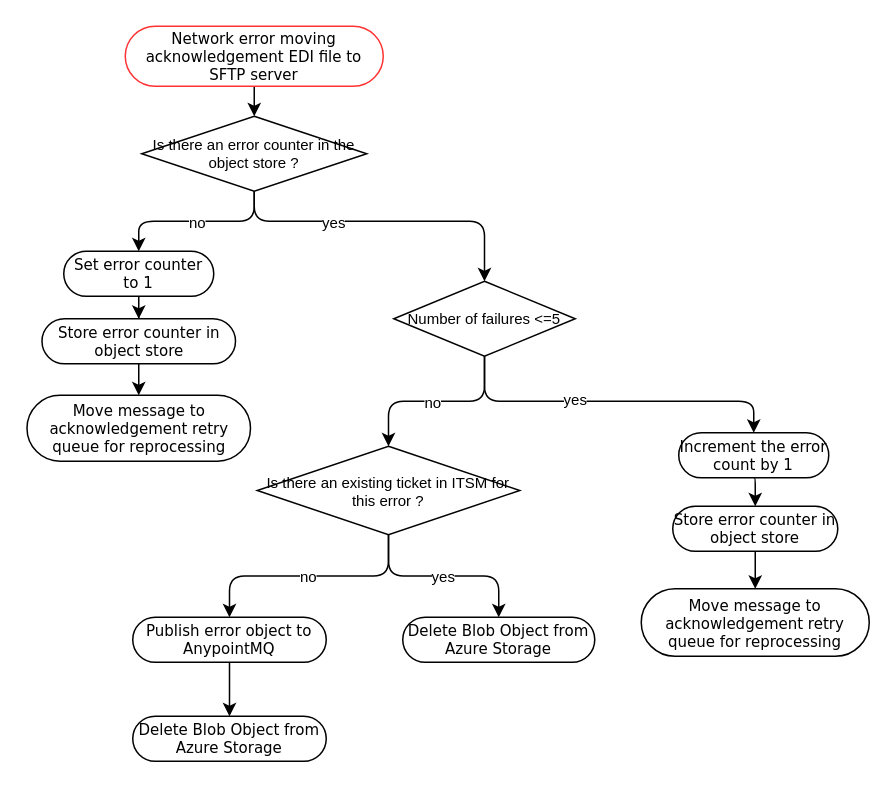
ahernandez1129/anypoint keeps this draw.io diagram as page "Error case 8" (16 of 16) of Copy of eInvoicing API Led.drawio. Above is the earlier version. Source tidied: cells renumbered, new cells numbered last; positions are measured from the earlier drawing's top-left corner, leaving out a move shared by most shapes. Both pictures are drawn from the tidied source at 150%, with x=0, y=0 at pixel (27, 26).
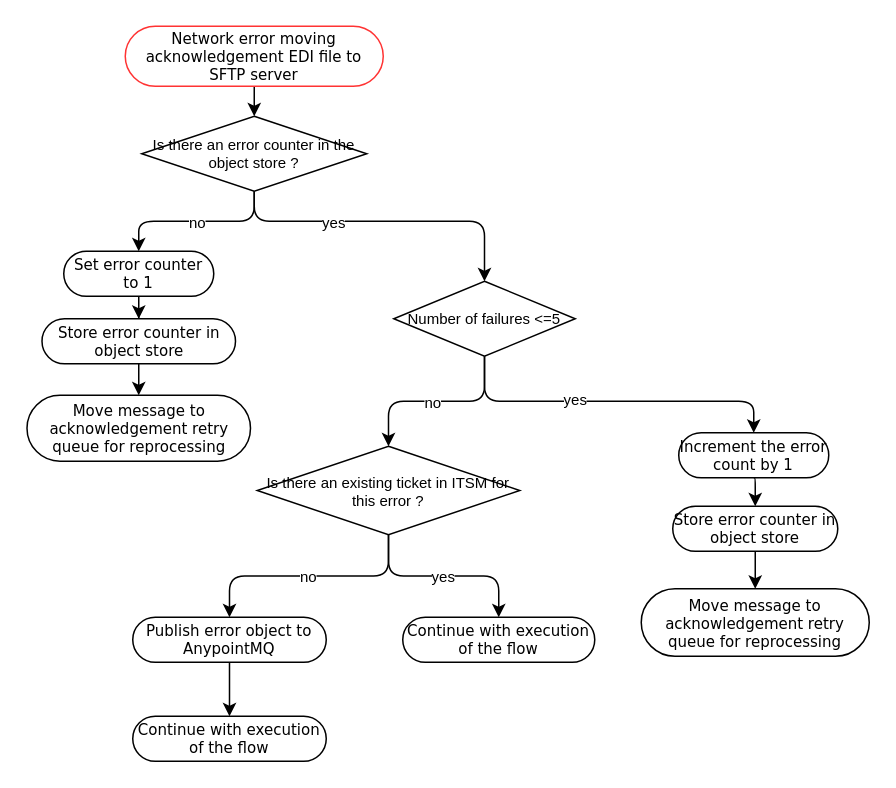
After the change.

Change to the diagram source:
```diff
@@
-    <mxCell id="22" value="Delete Blob Object from Azure Storage" style="rounded=1;whiteSpace=wrap;html=1;shadow=0;comic=0;labelBackgroundColor=none;strokeColor=#000000;strokeWidth=1;fillColor=#ffffff;fontFamily=Verdana;fontSize=10;fontColor=#000000;align=center;arcSize=50;" parent="1" vertex="1">
+    <mxCell id="22" value="Continue with execution of the flow" style="rounded=1;whiteSpace=wrap;html=1;shadow=0;comic=0;labelBackgroundColor=none;strokeColor=#000000;strokeWidth=1;fillColor=#ffffff;fontFamily=Verdana;fontSize=10;fontColor=#000000;align=center;arcSize=50;" parent="1" vertex="1">
       <mxGeometry x="250" y="394" width="128" height="30" as="geometry" />
     </mxCell>
@@
-    <mxCell id="30" value="&lt;span style=&quot;font-size: 10px&quot;&gt;Delete Blob Object from Azure Storage&lt;/span&gt;" style="rounded=1;whiteSpace=wrap;html=1;shadow=0;comic=0;labelBackgroundColor=none;strokeColor=#000000;strokeWidth=1;fillColor=#ffffff;fontFamily=Verdana;fontSize=10;fontColor=#000000;align=center;arcSize=50;" parent="1" vertex="1">
+    <mxCell id="30" value="&lt;span style=&quot;font-size: 10px&quot;&gt;Continue with execution of the flow&lt;/span&gt;" style="rounded=1;whiteSpace=wrap;html=1;shadow=0;comic=0;labelBackgroundColor=none;strokeColor=#000000;strokeWidth=1;fillColor=#ffffff;fontFamily=Verdana;fontSize=10;fontColor=#000000;align=center;arcSize=50;" parent="1" vertex="1">
       <mxGeometry x="70" y="460" width="129" height="30" as="geometry" />
     </mxCell>
```
